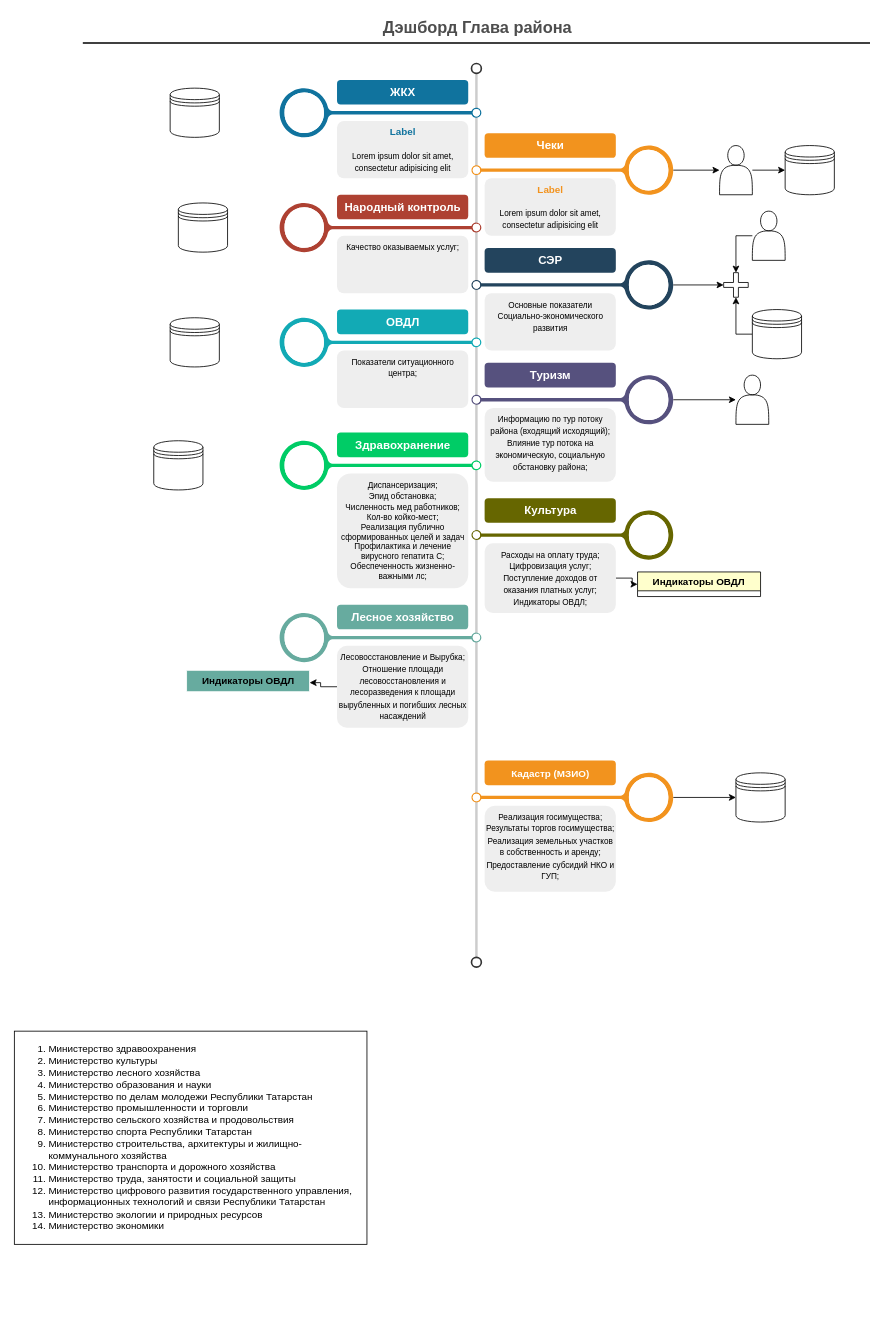
Earlier version of the draw.io diagram Диаграмма без названия.drawio (Esemenov85/dashboard). Source tidied: cells renumbered, new cells numbered last; positions are measured from the earlier drawing's top-left corner, leaving out a move shared by most shapes. Both pictures are drawn from the tidied source at 82%, with x=0, y=0 at pixel (14, 14).
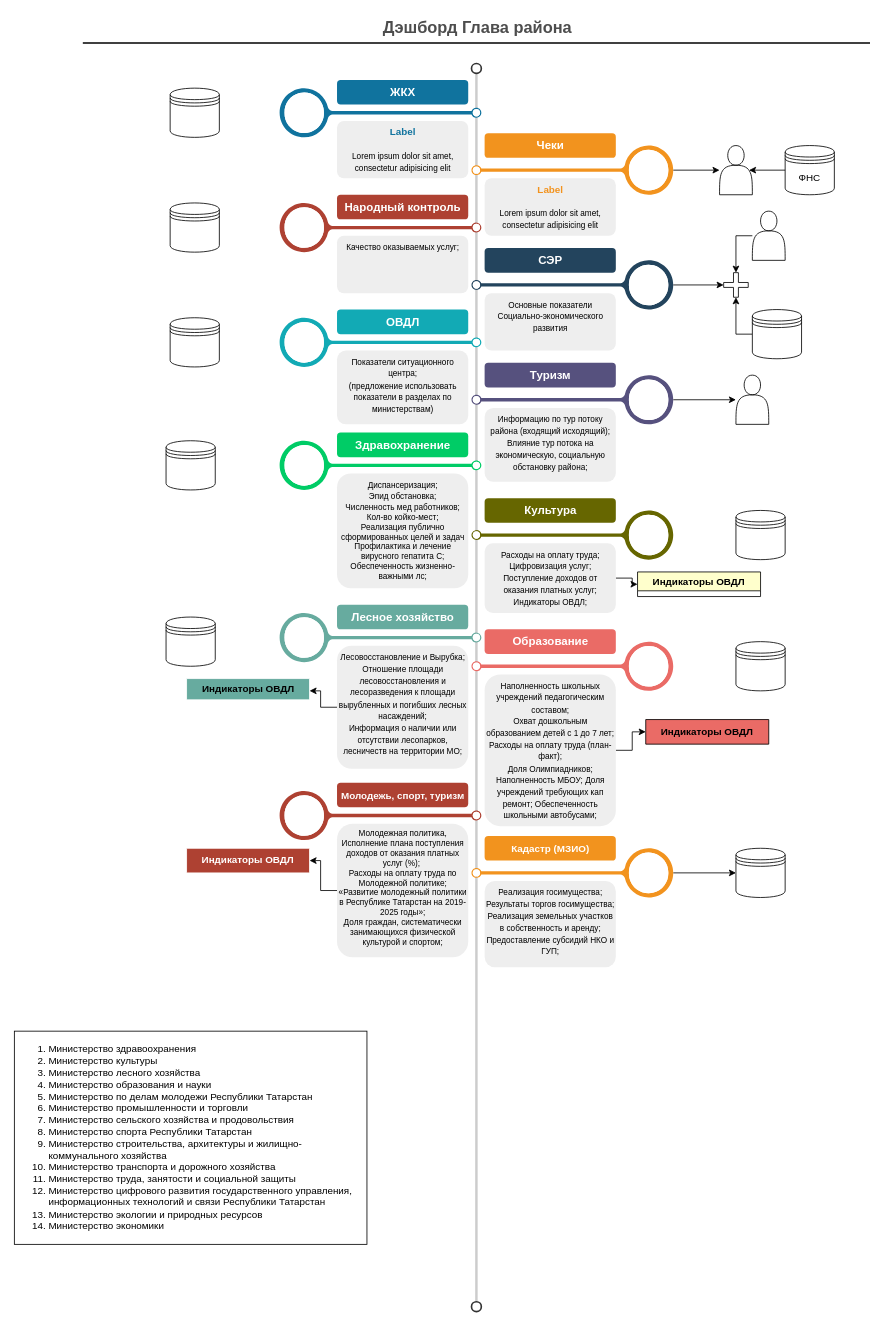
Above is the later version.

Unchanged cells that the change refers to:
```xml
<mxCell id="43" style="shape=actor;whiteSpace=wrap;html=1;" parent="1" vertex="1">
  <mxGeometry x="860" y="160" width="40" height="60" as="geometry" />
</mxCell>
```

What changed in the source:
```diff
@@
     <mxCell id="6" style="ellipse;whiteSpace=wrap;html=1;shadow=0;fillColor=none;strokeColor=#333333;fontSize=16;align=center;strokeWidth=2;" parent="1" vertex="1">
-      <mxGeometry x="557.5" y="1150" width="12" height="12" as="geometry" />
+      <mxGeometry x="557.5" y="1570" width="12" height="12" as="geometry" />
     </mxCell>
@@
-    <mxCell id="26" value="&lt;span style=&quot;font-size: 10px;&quot;&gt;Показатели ситуационного центра;&lt;/span&gt;" style="rounded=1;strokeColor=none;fillColor=#EEEEEE;align=center;arcSize=12;verticalAlign=top;whiteSpace=wrap;html=1;fontSize=12;" parent="1" vertex="1">
-      <mxGeometry x="393.5" y="410" width="160" height="70" as="geometry" />
+    <mxCell id="26" value="&lt;span style=&quot;font-size: 10px;&quot;&gt;Показатели ситуационного центра;&lt;br&gt;(предложение использовать показатели в разделах по министерствам)&lt;br&gt;&lt;/span&gt;" style="rounded=1;strokeColor=none;fillColor=#EEEEEE;align=center;arcSize=12;verticalAlign=top;whiteSpace=wrap;html=1;fontSize=12;" parent="1" vertex="1">
+      <mxGeometry x="393.5" y="410" width="160" height="90" as="geometry" />
     </mxCell>
@@
     <mxCell id="32" style="verticalLabelPosition=middle;verticalAlign=middle;html=1;shape=mxgraph.infographic.circularCallout2;dy=15;strokeColor=#F2931E;labelPosition=center;align=center;fontColor=#F2931E;fontStyle=1;fontSize=24;shadow=0;direction=north;flipH=1;" parent="1" vertex="1">
-      <mxGeometry x="557.5" y="925" width="246" height="60" as="geometry" />
+      <mxGeometry x="557.5" y="1017" width="246" height="60" as="geometry" />
     </mxCell>
     <mxCell id="33" value="&lt;font style=&quot;font-size: 12px;&quot;&gt;Кадастр (МЗИО)&lt;/font&gt;" style="fillColor=#F2931E;strokecolor=none;rounded=1;fontColor=#FFFFFF;strokeColor=none;fontStyle=1;fontSize=14;whiteSpace=wrap;html=1;" parent="1" vertex="1">
-      <mxGeometry x="573.5" y="910" width="160" height="30" as="geometry" />
+      <mxGeometry x="573.5" y="1002" width="160" height="30" as="geometry" />
     </mxCell>
     <mxCell id="34" value="&lt;span style=&quot;border-color: var(--border-color); font-size: 10px;&quot;&gt;Реализация госимущества;&lt;br&gt;Результаты торгов госимущества;&lt;br&gt;Реализация земельных участков в собственность и аренду;&lt;br&gt;Предоставление субсидий НКО и ГУП;&lt;br&gt;&lt;/span&gt;" style="rounded=1;strokeColor=none;fillColor=#EEEEEE;align=center;arcSize=12;verticalAlign=top;whiteSpace=wrap;html=1;fontSize=12;" parent="1" vertex="1">
-      <mxGeometry x="573.5" y="965" width="160" height="105" as="geometry" />
+      <mxGeometry x="573.5" y="1057" width="160" height="105" as="geometry" />
     </mxCell>
     <mxCell id="35" style="shape=datastore;whiteSpace=wrap;html=1;" parent="1" vertex="1">
-      <mxGeometry x="880" y="925" width="60" height="60" as="geometry" />
+      <mxGeometry x="880" y="1017" width="60" height="60" as="geometry" />
     </mxCell>
@@
     <mxCell id="37" style="shape=datastore;whiteSpace=wrap;html=1;" parent="1" vertex="1">
-      <mxGeometry x="170" y="520" width="60" height="60" as="geometry" />
+      <mxGeometry x="185" y="520" width="60" height="60" as="geometry" />
     </mxCell>
@@
     <mxCell id="39" style="shape=datastore;whiteSpace=wrap;html=1;" parent="1" vertex="1">
-      <mxGeometry x="200" y="230" width="60" height="60" as="geometry" />
+      <mxGeometry x="190" y="230" width="60" height="60" as="geometry" />
     </mxCell>
@@
-    <mxCell id="41" style="shape=datastore;whiteSpace=wrap;html=1;" parent="1" vertex="1">
+    <mxCell id="41" value="ФНС" style="shape=datastore;whiteSpace=wrap;html=1;" parent="1" vertex="1">
       <mxGeometry x="940" y="160" width="60" height="60" as="geometry" />
     </mxCell>
-    <mxCell id="42" style="edgeStyle=orthogonalEdgeStyle;rounded=0;jettySize=auto;html=1;" parent="1" edge="1" source="43" target="41">
-      <mxGeometry relative="1" as="geometry" />
-    </mxCell>
@@
-    <mxCell id="57" value="&lt;font style=&quot;&quot;&gt;&lt;font style=&quot;&quot; size=&quot;1&quot;&gt;Лесовосстановление и Вырубка;&lt;br&gt;Отношение площади лесовосстановления и лесоразведения к площади вырубленных и погибших лесных насаждений&lt;br&gt;&lt;/font&gt;&lt;/font&gt;" style="rounded=1;strokeColor=none;fillColor=#EEEEEE;align=center;arcSize=12;verticalAlign=top;whiteSpace=wrap;html=1;fontSize=12;" parent="1" vertex="1">
-      <mxGeometry x="393.5" y="770" width="160" height="100" as="geometry" />
+    <mxCell id="57" value="&lt;font style=&quot;&quot;&gt;&lt;font style=&quot;&quot; size=&quot;1&quot;&gt;Лесовосстановление и Вырубка;&lt;br&gt;Отношение площади лесовосстановления и лесоразведения к площади вырубленных и погибших лесных насаждений;&lt;br&gt;Информация о наличии или отсутствии лесопарков, лесничеств на территории МО;&lt;br&gt;&lt;/font&gt;&lt;/font&gt;" style="rounded=1;strokeColor=none;fillColor=#EEEEEE;align=center;arcSize=12;verticalAlign=top;whiteSpace=wrap;html=1;fontSize=12;" parent="1" vertex="1">
+      <mxGeometry x="393.5" y="770" width="160" height="150" as="geometry" />
     </mxCell>
+    <mxCell id="60" style="verticalLabelPosition=middle;verticalAlign=middle;html=1;shape=mxgraph.infographic.circularCallout2;dy=15;strokeColor=#EA6B66;labelPosition=center;align=center;fontColor=#10739E;fontStyle=1;fontSize=24;shadow=0;direction=north;flipH=1;" parent="1" vertex="1">
+      <mxGeometry x="557.5" y="765" width="246" height="60" as="geometry" />
+    </mxCell>
+    <mxCell id="61" value="Образование" style="fillColor=#EA6B66;strokecolor=none;rounded=1;fontColor=#FFFFFF;strokeColor=none;fontStyle=1;fontSize=14;whiteSpace=wrap;html=1;" parent="1" vertex="1">
+      <mxGeometry x="573.5" y="750" width="160" height="30" as="geometry" />
+    </mxCell>
+    <mxCell id="62" style="edgeStyle=orthogonalEdgeStyle;rounded=0;jettySize=auto;html=1;exitX=1;exitY=0.5;exitDx=0;exitDy=0;" parent="1" edge="1" source="63" target="64">
+      <mxGeometry relative="1" as="geometry" />
+    </mxCell>
+    <mxCell id="63" value="&lt;font style=&quot;&quot;&gt;&lt;span style=&quot;font-size: 10px;&quot;&gt;Наполненность школьных учреждений педагогическим составом; &lt;br&gt;Охват дошкольным образованием детей с 1 до 7 лет; Расходы на оплату труда (план-факт); &lt;br&gt;Доля Олимпиадников;&lt;br&gt;Наполненность МБОУ; Доля учреждений требующих кап ремонт; Обеспеченность школьными автобусами;&lt;/span&gt;&lt;br&gt;&lt;/font&gt;" style="rounded=1;strokeColor=none;fillColor=#EEEEEE;align=center;arcSize=12;verticalAlign=top;whiteSpace=wrap;html=1;fontSize=12;" parent="1" vertex="1">
+      <mxGeometry x="573.5" y="805" width="160" height="185" as="geometry" />
+    </mxCell>
+    <mxCell id="64" value="&lt;b&gt;Индикаторы ОВДЛ&lt;/b&gt;" style="swimlane;fontStyle=0;horizontal=1;startSize=30;whiteSpace=wrap;html=1;fillColor=#EA6B66;" parent="1" vertex="1" collapsed="1">
+      <mxGeometry x="770" y="860" width="150" height="30" as="geometry" />
+    </mxCell>
@@
     <mxCell id="59" value="&lt;b&gt;Индикаторы ОВДЛ&lt;/b&gt;" style="swimlane;fontStyle=0;horizontal=1;startSize=26;fillColor=#67AB9F;html=1;strokeColor=#FFFFFF;" parent="1" vertex="1" collapsed="1">
-      <mxGeometry x="210" y="800" width="150" height="30" as="geometry" />
+      <mxGeometry x="210" y="810" width="150" height="30" as="geometry" />
     </mxCell>
+    <mxCell id="65" style="edgeStyle=orthogonalEdgeStyle;rounded=0;jettySize=auto;html=1;entryX=0.9;entryY=0.5;entryDx=0;entryDy=0;entryPerimeter=0;" parent="1" edge="1" source="41" target="43">
+      <mxGeometry relative="1" as="geometry" />
+    </mxCell>
+    <mxCell id="66" style="shape=datastore;whiteSpace=wrap;html=1;" parent="1" vertex="1">
+      <mxGeometry x="185" y="735" width="60" height="60" as="geometry" />
+    </mxCell>
+    <mxCell id="67" style="shape=datastore;whiteSpace=wrap;html=1;" parent="1" vertex="1">
+      <mxGeometry x="880" y="605" width="60" height="60" as="geometry" />
+    </mxCell>
+    <mxCell id="68" style="shape=datastore;whiteSpace=wrap;html=1;" parent="1" vertex="1">
+      <mxGeometry x="880" y="765" width="60" height="60" as="geometry" />
+    </mxCell>
+    <mxCell id="69" style="verticalLabelPosition=middle;verticalAlign=middle;html=1;shape=mxgraph.infographic.circularCallout2;dy=15;strokeColor=#AE4132;labelPosition=center;align=center;fontColor=#10739E;fontStyle=1;fontSize=24;shadow=0;direction=north;" parent="1" vertex="1">
+      <mxGeometry x="323.5" y="947" width="246" height="60" as="geometry" />
+    </mxCell>
+    <mxCell id="70" value="&lt;font style=&quot;font-size: 12px;&quot;&gt;Молодежь, спорт, туризм&lt;/font&gt;" style="fillColor=#AE4132;strokecolor=none;rounded=1;fontColor=#FFFFFF;strokeColor=none;fontStyle=1;fontSize=14;whiteSpace=wrap;html=1;" parent="1" vertex="1">
+      <mxGeometry x="393.5" y="937" width="160" height="30" as="geometry" />
+    </mxCell>
+    <mxCell id="71" style="edgeStyle=orthogonalEdgeStyle;rounded=0;jettySize=auto;html=1;" parent="1" edge="1" source="72" target="73">
+      <mxGeometry relative="1" as="geometry" />
+    </mxCell>
+    <mxCell id="72" value="&lt;font style=&quot;&quot;&gt;&lt;font style=&quot;&quot; size=&quot;1&quot;&gt;&lt;div style=&quot;font-size: 10px;&quot;&gt;&lt;span style=&quot;background-color: initial;&quot;&gt;Молодежная политика, Исполнение плана поступления доходов от оказания платных услуг (%);&amp;nbsp;&lt;/span&gt;&lt;/div&gt;&lt;div style=&quot;&quot;&gt;&lt;span style=&quot;background-color: initial;&quot;&gt;Расходы на оплату труда по Молодежной политике;&lt;br&gt;«Развитие молодежный политики в Республике Татарстан на 2019-2025 годы»;&lt;br&gt;&lt;/span&gt;&lt;/div&gt;&lt;div style=&quot;&quot;&gt;&lt;span style=&quot;background-color: initial;&quot;&gt;&lt;div&gt;Доля граждан, систематически занимающихся физической культурой и спортом;&lt;/div&gt;&lt;/span&gt;&lt;/div&gt;&lt;/font&gt;&lt;/font&gt;" style="rounded=1;strokeColor=none;fillColor=#EEEEEE;align=center;arcSize=12;verticalAlign=top;whiteSpace=wrap;html=1;fontSize=12;" parent="1" vertex="1">
+      <mxGeometry x="393.5" y="987" width="160" height="163" as="geometry" />
+    </mxCell>
+    <mxCell id="73" value="&lt;b&gt;&lt;font color=&quot;#ffffff&quot;&gt;Индикаторы ОВДЛ&lt;/font&gt;&lt;/b&gt;" style="swimlane;fontStyle=0;horizontal=1;startSize=30;whiteSpace=wrap;html=1;fillColor=#AE4132;strokeColor=#FFFFFF;" parent="1" vertex="1" collapsed="1">
+      <mxGeometry x="210" y="1017" width="150" height="30" as="geometry" />
+    </mxCell>
```
